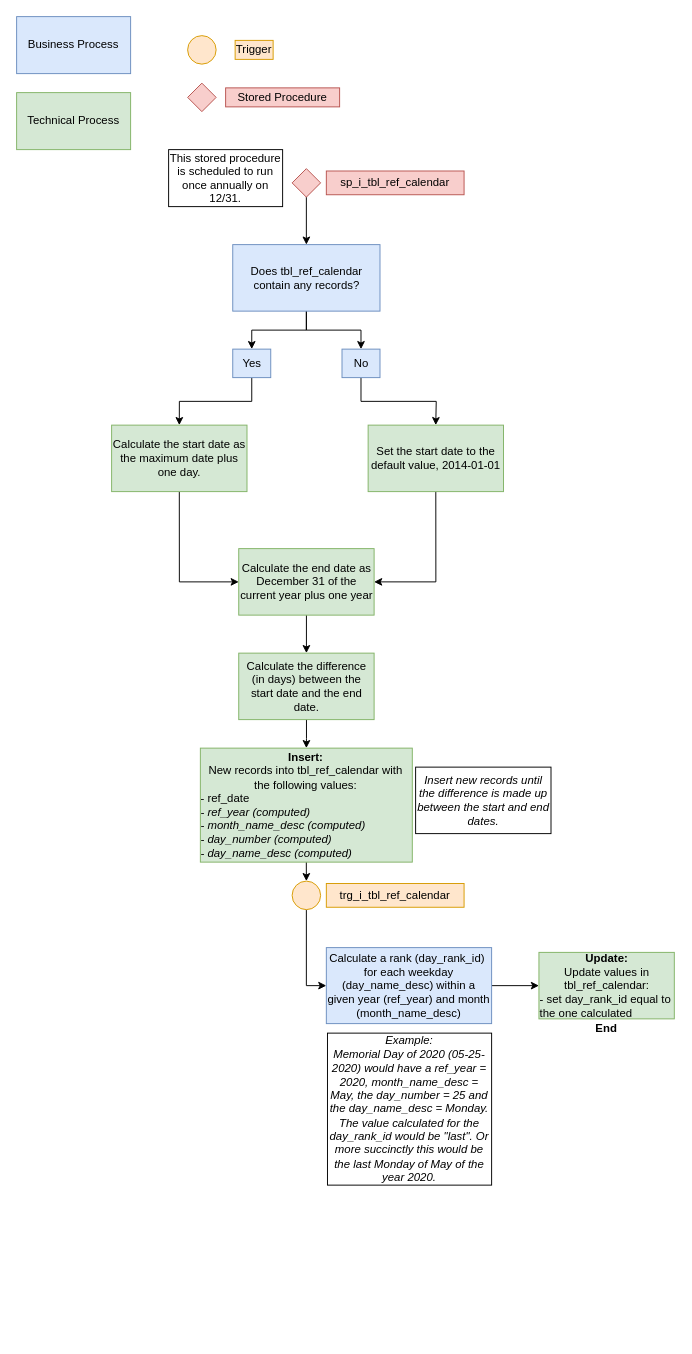
Earlier version of the draw.io diagram images/sp_insert_tbl_ref_calendar;trg_i_tbl_ref_calendar.drawio (NYC-Parks/SLADB). Source tidied: cells renumbered, new cells numbered last; positions are measured from the earlier drawing's top-left corner, leaving out a move shared by most shapes. Both pictures are drawn from the tidied source at 95%, with x=0, y=0 at pixel (16, 16).
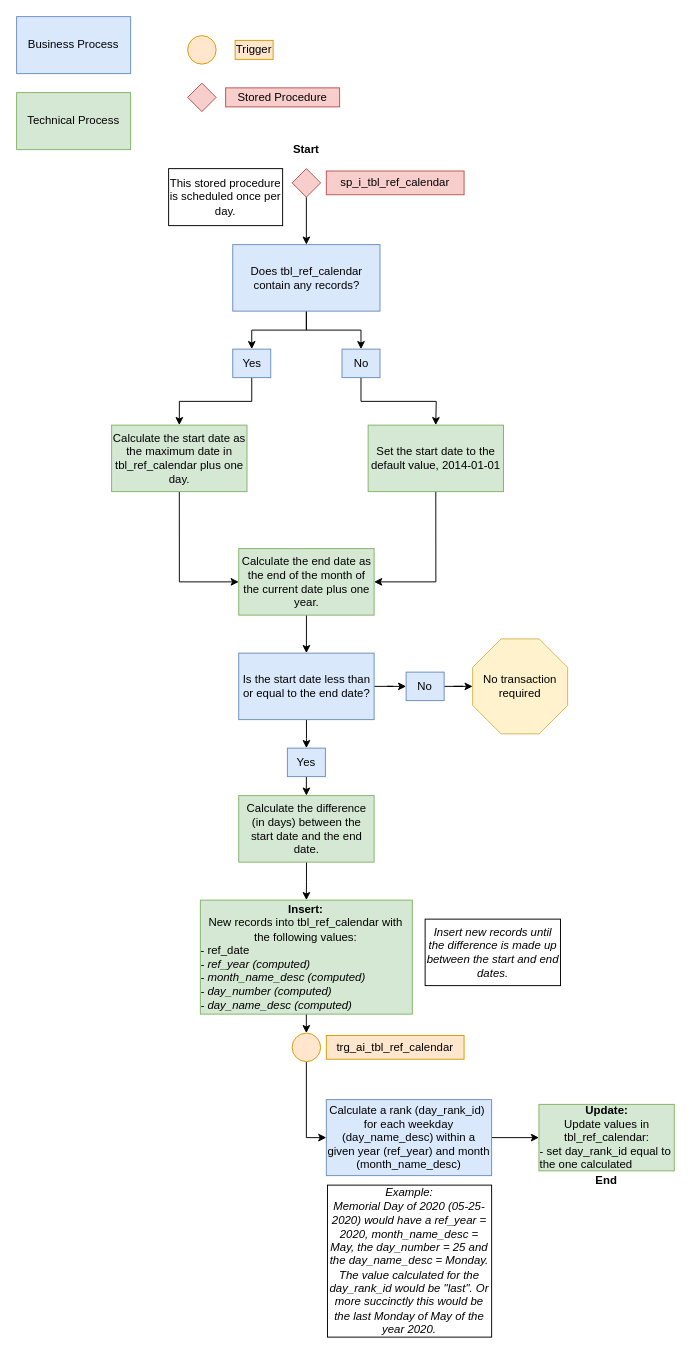
After the change.

What changed in the source:
```diff
@@
-    <mxCell id="11" value="This stored procedure is scheduled to run once annually on 12/31." style="rounded=0;whiteSpace=wrap;html=1;" parent="1" vertex="1">
-      <mxGeometry x="160" y="140" width="120" height="60" as="geometry" />
+    <mxCell id="11" value="This stored procedure is scheduled once per day." style="rounded=0;whiteSpace=wrap;html=1;" parent="1" vertex="1">
+      <mxGeometry x="160" y="160" width="120" height="60" as="geometry" />
     </mxCell>
@@
-    <mxCell id="13" value="Calculate the start date as the maximum date plus one day." style="rounded=0;whiteSpace=wrap;html=1;fillColor=#d5e8d4;strokeColor=#82b366;" parent="1" vertex="1">
+    <mxCell id="13" value="Calculate the start date as the maximum date in tbl_ref_calendar plus one day." style="rounded=0;whiteSpace=wrap;html=1;fillColor=#d5e8d4;strokeColor=#82b366;" parent="1" vertex="1">
       <mxGeometry x="100" y="430" width="142.5" height="70" as="geometry" />
     </mxCell>
@@
-    <mxCell id="15" value="Calculate the end date as December 31 of the current year plus one year" style="rounded=0;whiteSpace=wrap;html=1;fillColor=#d5e8d4;strokeColor=#82b366;" parent="1" vertex="1">
+    <mxCell id="15" value="Calculate the end date as the end of the month of the current date plus one year." style="rounded=0;whiteSpace=wrap;html=1;fillColor=#d5e8d4;strokeColor=#82b366;" parent="1" vertex="1">
       <mxGeometry x="233.8" y="560" width="142.5" height="70" as="geometry" />
     </mxCell>
@@
-    <mxCell id="25" style="edgeStyle=orthogonalEdgeStyle;rounded=0;jettySize=auto;html=1;" parent="1" edge="1" source="26" target="28">
-      <mxGeometry relative="1" as="geometry" />
-    </mxCell>
+    <mxCell id="38" style="edgeStyle=orthogonalEdgeStyle;rounded=0;jettySize=auto;html=1;" parent="1" edge="1" source="26" target="43">
+      <mxGeometry relative="1" as="geometry" />
+    </mxCell>
+    <mxCell id="39" style="edgeStyle=orthogonalEdgeStyle;rounded=0;jettySize=auto;html=1;" parent="1" edge="1" source="26" target="45">
+      <mxGeometry relative="1" as="geometry" />
+    </mxCell>
-    <mxCell id="26" value="Calculate the difference (in days) between the start date and the end date." style="rounded=0;whiteSpace=wrap;html=1;fillColor=#d5e8d4;strokeColor=#82b366;" parent="1" vertex="1">
+    <mxCell id="26" value="Is the start date less than or equal to the end date?" style="rounded=0;whiteSpace=wrap;html=1;fillColor=#dae8fc;strokeColor=#6c8ebf;" parent="1" vertex="1">
       <mxGeometry x="233.8" y="670" width="142.5" height="70" as="geometry" />
     </mxCell>
@@
     <mxCell id="28" value="&lt;b&gt;Insert:&lt;/b&gt;&lt;br&gt;New records into tbl_ref_calendar with the following values:&lt;br&gt;&lt;div style=&quot;text-align: left&quot;&gt;&lt;span&gt;- ref_date&lt;/span&gt;&lt;/div&gt;&lt;div style=&quot;text-align: left&quot;&gt;&lt;span&gt;&lt;i&gt;- ref_year (computed)&lt;/i&gt;&lt;/span&gt;&lt;/div&gt;&lt;div style=&quot;text-align: left&quot;&gt;&lt;i&gt;- month_name_desc (computed)&lt;/i&gt;&lt;/div&gt;&lt;div style=&quot;text-align: left&quot;&gt;&lt;i&gt;- day_number (computed)&lt;/i&gt;&lt;/div&gt;&lt;div style=&quot;text-align: left&quot;&gt;&lt;i&gt;- day_name_desc (computed)&lt;/i&gt;&lt;/div&gt;" style="rounded=0;whiteSpace=wrap;html=1;fillColor=#d5e8d4;strokeColor=#82b366;" parent="1" vertex="1">
-      <mxGeometry x="193.4" y="770" width="223.1" height="120" as="geometry" />
+      <mxGeometry x="193.4" y="930" width="223.1" height="120" as="geometry" />
     </mxCell>
     <mxCell id="29" value="&lt;i&gt;Insert new records until the difference is made up between the start and end dates.&lt;/i&gt;" style="rounded=0;whiteSpace=wrap;html=1;" parent="1" vertex="1">
-      <mxGeometry x="420" y="790" width="142.5" height="70" as="geometry" />
+      <mxGeometry x="430" y="950" width="142.5" height="70" as="geometry" />
     </mxCell>
@@
     <mxCell id="31" style="ellipse;whiteSpace=wrap;html=1;fillColor=#ffe6cc;strokeColor=#d79b00;" parent="1" vertex="1">
-      <mxGeometry x="290" y="910" width="30" height="30" as="geometry" />
+      <mxGeometry x="290" y="1070" width="30" height="30" as="geometry" />
     </mxCell>
-    <mxCell id="32" value="trg_i_tbl_ref_calendar" style="rounded=0;whiteSpace=wrap;html=1;fillColor=#ffe6cc;strokeColor=#d79b00;" parent="1" vertex="1">
-      <mxGeometry x="326" y="912.5" width="145" height="25" as="geometry" />
+    <mxCell id="32" value="trg_ai_tbl_ref_calendar" style="rounded=0;whiteSpace=wrap;html=1;fillColor=#ffe6cc;strokeColor=#d79b00;" parent="1" vertex="1">
+      <mxGeometry x="326" y="1072.5" width="145" height="25" as="geometry" />
     </mxCell>
     <mxCell id="33" value="&lt;b&gt;Update:&lt;/b&gt;&lt;br&gt;Update values in tbl_ref_calendar:&lt;br&gt;&lt;div style=&quot;text-align: left&quot;&gt;&lt;span&gt;- set day_rank_id equal to the one calculated&lt;/span&gt;&lt;/div&gt;" style="rounded=0;whiteSpace=wrap;html=1;fillColor=#d5e8d4;strokeColor=#82b366;" parent="1" vertex="1">
-      <mxGeometry x="549.8" y="985" width="142.5" height="70" as="geometry" />
+      <mxGeometry x="549.8" y="1145" width="142.5" height="70" as="geometry" />
     </mxCell>
@@
     <mxCell id="35" value="Calculate a rank (day_rank_id)&amp;nbsp; for each weekday (day_name_desc) within a given year (ref_year) and month (month_name_desc)" style="rounded=0;whiteSpace=wrap;html=1;fillColor=#dae8fc;strokeColor=#6c8ebf;" parent="1" vertex="1">
-      <mxGeometry x="326" y="980" width="174" height="80" as="geometry" />
+      <mxGeometry x="326" y="1140" width="174" height="80" as="geometry" />
     </mxCell>
     <mxCell id="36" value="&lt;i&gt;Example:&lt;br&gt;Memorial Day of 2020 (05-25-2020) would have a ref_year = 2020, month_name_desc = May, the day_number = 25 and the day_name_desc = Monday. The value calculated for the day_rank_id would be &quot;last&quot;. Or more succinctly this would be the last Monday of May of the year 2020.&lt;br&gt;&lt;/i&gt;" style="rounded=0;whiteSpace=wrap;html=1;" parent="1" vertex="1">
-      <mxGeometry x="327.2" y="1070" width="172.8" height="160" as="geometry" />
+      <mxGeometry x="327.2" y="1230" width="172.8" height="160" as="geometry" />
     </mxCell>
     <mxCell id="37" value="&lt;b&gt;End&lt;/b&gt;" style="text;html=1;strokeColor=none;fillColor=none;align=center;verticalAlign=middle;whiteSpace=wrap;rounded=0;" parent="1" vertex="1">
-      <mxGeometry x="601" y="1055" width="40" height="20" as="geometry" />
+      <mxGeometry x="601" y="1215" width="40" height="20" as="geometry" />
     </mxCell>
+    <mxCell id="40" style="edgeStyle=orthogonalEdgeStyle;rounded=0;jettySize=auto;html=1;" parent="1" edge="1" source="41" target="28">
+      <mxGeometry relative="1" as="geometry" />
+    </mxCell>
+    <mxCell id="41" value="Calculate the difference (in days) between the start date and the end date." style="rounded=0;whiteSpace=wrap;html=1;fillColor=#d5e8d4;strokeColor=#82b366;" parent="1" vertex="1">
+      <mxGeometry x="233.8" y="820" width="142.5" height="70" as="geometry" />
+    </mxCell>
+    <mxCell id="42" style="edgeStyle=orthogonalEdgeStyle;rounded=0;jettySize=auto;html=1;" parent="1" edge="1" source="43" target="41">
+      <mxGeometry relative="1" as="geometry" />
+    </mxCell>
+    <mxCell id="43" value="Yes" style="rounded=0;whiteSpace=wrap;html=1;fillColor=#dae8fc;strokeColor=#6c8ebf;" parent="1" vertex="1">
+      <mxGeometry x="285" y="770" width="40" height="30" as="geometry" />
+    </mxCell>
+    <mxCell id="44" style="edgeStyle=orthogonalEdgeStyle;rounded=0;jettySize=auto;html=1;" parent="1" edge="1" source="45" target="46">
+      <mxGeometry relative="1" as="geometry" />
+    </mxCell>
+    <mxCell id="45" value="No" style="rounded=0;whiteSpace=wrap;html=1;fillColor=#dae8fc;strokeColor=#6c8ebf;" parent="1" vertex="1">
+      <mxGeometry x="410" y="690" width="40" height="30" as="geometry" />
+    </mxCell>
+    <mxCell id="46" value="No transaction required" style="whiteSpace=wrap;html=1;shape=mxgraph.basic.octagon2;align=center;verticalAlign=middle;dx=15;fillColor=#fff2cc;strokeColor=#d6b656;" parent="1" vertex="1">
+      <mxGeometry x="480" y="655" width="100" height="100" as="geometry" />
+    </mxCell>
+    <mxCell id="47" value="&lt;b&gt;Start&lt;/b&gt;" style="text;html=1;strokeColor=none;fillColor=none;align=center;verticalAlign=middle;whiteSpace=wrap;rounded=0;" parent="1" vertex="1">
+      <mxGeometry x="285" y="130" width="40" height="20" as="geometry" />
+    </mxCell>
```
